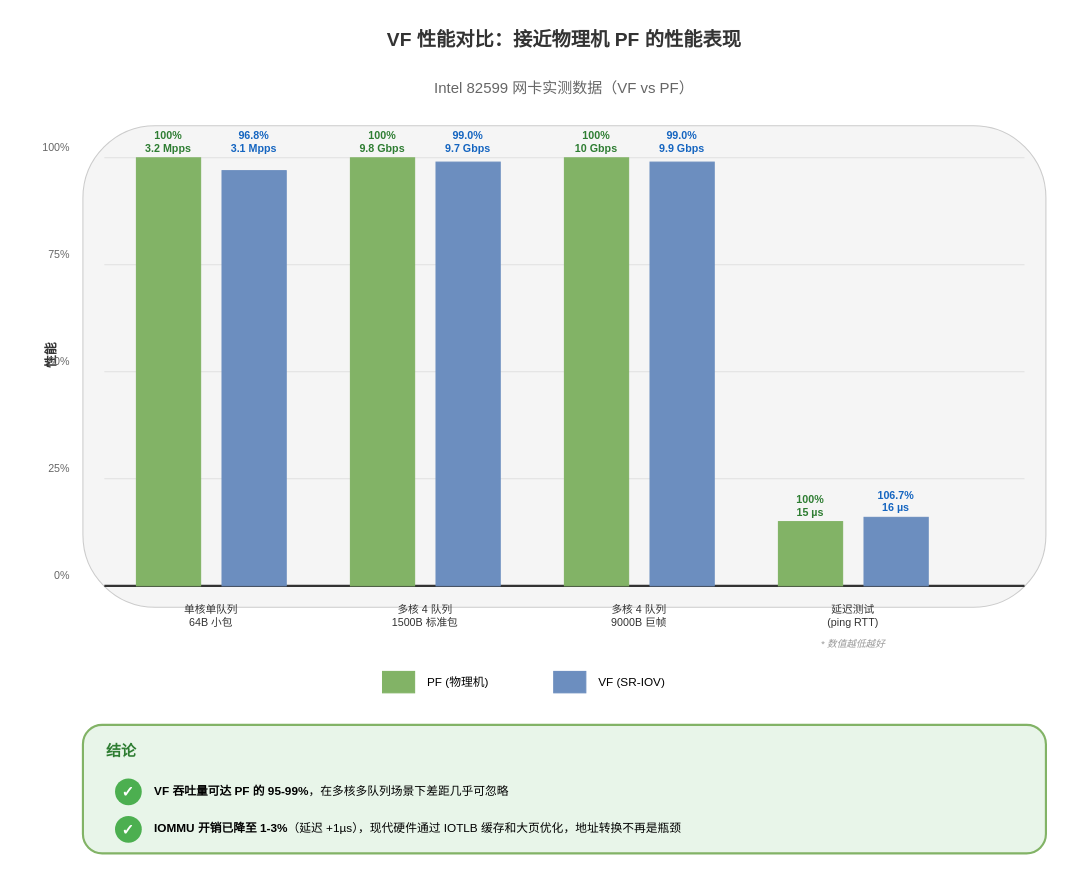
fsqHub/docker-sriov-plugin keeps this draw.io diagram as diagrams/vf_performance_comparison.drawio. Above is the earlier version. Source tidied: cells renumbered, new cells numbered last; positions are measured from the earlier drawing's top-left corner, leaving out a move shared by most shapes. Both pictures are drawn from the tidied source at 107%, with x=0, y=0 at pixel (18, 18).
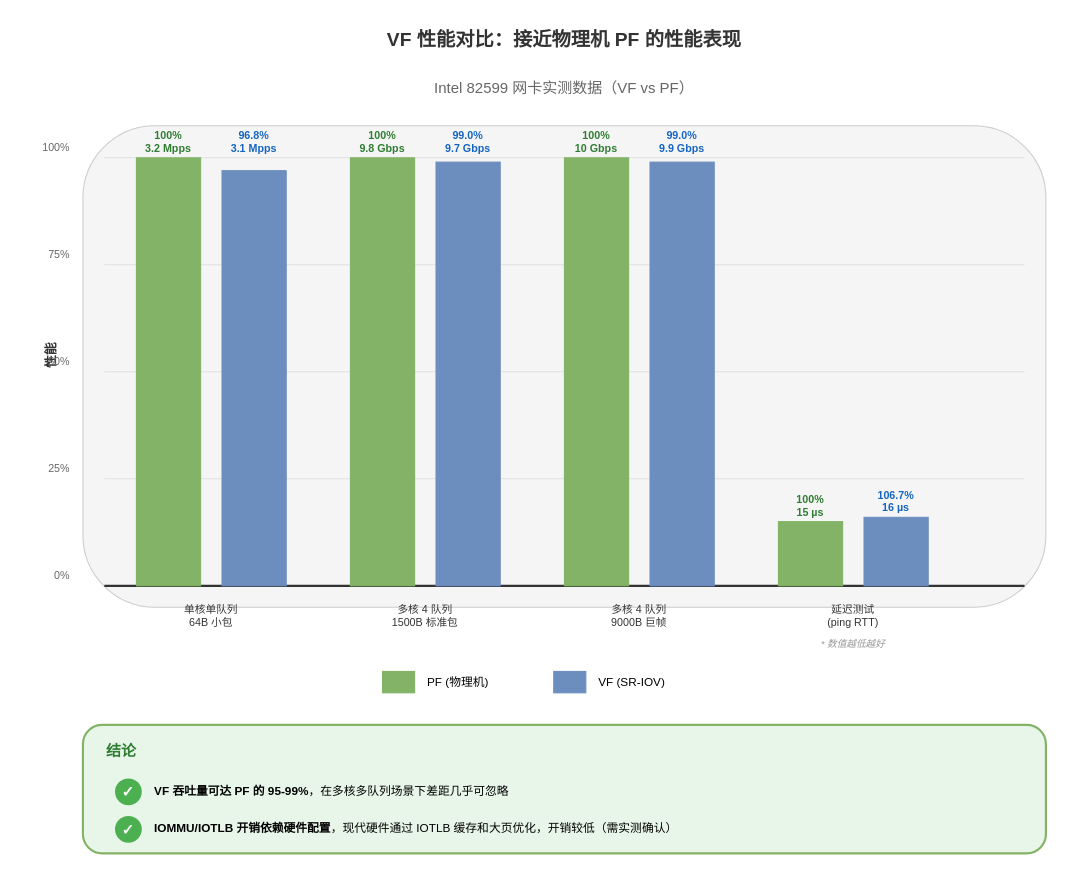
After the change.

Diff of the diagram source:
```diff
@@
-    <mxCell id="46" value="&lt;b&gt;IOMMU 开销已降至 1-3%&lt;/b&gt;（延迟 +1µs），现代硬件通过 IOTLB 缓存和大页优化，地址转换不再是瓶颈" style="text;html=1;align=left;verticalAlign=middle;whiteSpace=wrap;fontSize=11;" parent="1" vertex="1">
+    <mxCell id="46" value="&lt;b&gt;IOMMU/IOTLB 开销依赖硬件配置&lt;/b&gt;，现代硬件通过 IOTLB 缓存和大页优化，开销较低（需实测确认）" style="text;html=1;align=left;verticalAlign=middle;whiteSpace=wrap;fontSize=11;" parent="1" vertex="1">
       <mxGeometry x="125" y="742" width="800" height="30" as="geometry" />
     </mxCell>
```
